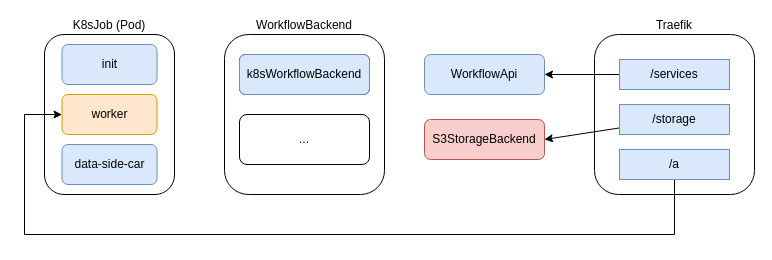
Above: page "workflow-api" (1 of 4) of docs/middlelayer-service-api.drawio in reisman234/workflow-api (draw.io), before the change. Source tidied: cells renumbered, new cells numbered last; positions are measured from the earlier drawing's top-left corner, leaving out a move shared by most shapes. Both pictures are drawn from the tidied source at 100%, with x=0, y=0 at pixel (24, 34).
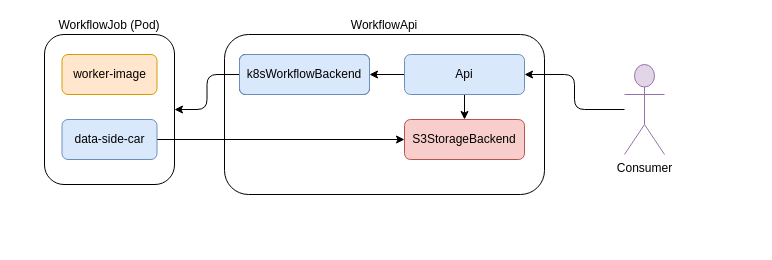
After the change.

The change refers to these unchanged cells:
```xml
<mxCell id="8" value="k8sWorkflowBackend" style="rounded=1;whiteSpace=wrap;html=1;fillColor=#dae8fc;strokeColor=#6c8ebf;" parent="1" vertex="1">
  <mxGeometry x="215" y="20" width="130" height="40" as="geometry" />
</mxCell>
```

Change to the diagram source:
```diff
@@
-<mxGraphModel>
+<mxGraphModel background="#FFFFFF">
@@
-    <mxCell id="2" value="WorkflowBackend" style="rounded=1;whiteSpace=wrap;html=1;labelPosition=center;verticalLabelPosition=top;align=center;verticalAlign=bottom;" parent="1" vertex="1">
-      <mxGeometry x="200" width="160" height="160" as="geometry" />
+    <mxCell id="2" value="WorkflowApi" style="rounded=1;whiteSpace=wrap;html=1;labelPosition=center;verticalLabelPosition=top;align=center;verticalAlign=bottom;" parent="1" vertex="1">
+      <mxGeometry x="200" width="320" height="160" as="geometry" />
     </mxCell>
@@
+    <mxCell id="19" style="edgeStyle=none;html=1;rounded=1;" parent="1" edge="1" source="4" target="8">
+      <mxGeometry relative="1" as="geometry" />
+    </mxCell>
+    <mxCell id="20" style="edgeStyle=orthogonalEdgeStyle;html=1;rounded=1;" parent="1" edge="1" source="4" target="5">
+      <mxGeometry relative="1" as="geometry" />
+    </mxCell>
-    <mxCell id="4" value="WorkflowApi" style="rounded=1;whiteSpace=wrap;html=1;fillColor=#dae8fc;strokeColor=#6c8ebf;" parent="1" vertex="1">
-      <mxGeometry x="400" y="20" width="120" height="40" as="geometry" />
+    <mxCell id="4" value="Api" style="rounded=1;whiteSpace=wrap;html=1;fillColor=#dae8fc;strokeColor=#6c8ebf;" parent="1" vertex="1">
+      <mxGeometry x="380" y="20" width="120" height="40" as="geometry" />
     </mxCell>
     <mxCell id="5" value="S3StorageBackend" style="rounded=1;whiteSpace=wrap;html=1;fillColor=#f8cecc;strokeColor=#b85450;" parent="1" vertex="1">
-      <mxGeometry x="400" y="85" width="120" height="40" as="geometry" />
+      <mxGeometry x="380" y="85" width="120" height="40" as="geometry" />
     </mxCell>
-    <mxCell id="6" value="..." style="rounded=1;whiteSpace=wrap;html=1;" parent="1" vertex="1">
-      <mxGeometry x="215" y="80" width="130" height="50" as="geometry" />
-    </mxCell>
-    <mxCell id="7" value="K8sJob (Pod)" style="rounded=1;whiteSpace=wrap;html=1;labelPosition=center;verticalLabelPosition=top;align=center;verticalAlign=bottom;" parent="1" vertex="1">
-      <mxGeometry x="20" width="130" height="160" as="geometry" />
+    <mxCell id="7" value="WorkflowJob (Pod)" style="rounded=1;whiteSpace=wrap;html=1;labelPosition=center;verticalLabelPosition=top;align=center;verticalAlign=bottom;" parent="1" vertex="1">
+      <mxGeometry x="20" width="130" height="150" as="geometry" />
     </mxCell>
+    <mxCell id="21" style="edgeStyle=orthogonalEdgeStyle;html=1;entryX=1;entryY=0.5;entryDx=0;entryDy=0;rounded=1;" parent="1" edge="1" source="8" target="7">
+      <mxGeometry relative="1" as="geometry" />
+    </mxCell>
@@
-    <mxCell id="9" value="worker" style="rounded=1;whiteSpace=wrap;html=1;fillColor=#ffe6cc;strokeColor=#d79b00;" parent="1" vertex="1">
-      <mxGeometry x="37.5" y="60" width="95" height="40" as="geometry" />
+    <mxCell id="9" value="worker-image" style="rounded=1;whiteSpace=wrap;html=1;fillColor=#ffe6cc;strokeColor=#d79b00;" parent="1" vertex="1">
+      <mxGeometry x="37.5" y="20" width="95" height="40" as="geometry" />
     </mxCell>
+    <mxCell id="22" style="edgeStyle=orthogonalEdgeStyle;html=1;entryX=0;entryY=0.5;entryDx=0;entryDy=0;rounded=1;" parent="1" edge="1" source="10" target="5">
+      <mxGeometry relative="1" as="geometry" />
+    </mxCell>
     <mxCell id="10" value="data-side-car" style="rounded=1;whiteSpace=wrap;html=1;fillColor=#dae8fc;strokeColor=#6c8ebf;" parent="1" vertex="1">
-      <mxGeometry x="37.5" y="110" width="95" height="40" as="geometry" />
+      <mxGeometry x="37.5" y="85" width="95" height="40" as="geometry" />
     </mxCell>
-    <mxCell id="11" value="init" style="rounded=1;whiteSpace=wrap;html=1;fillColor=#dae8fc;strokeColor=#6c8ebf;" parent="1" vertex="1">
-      <mxGeometry x="37.5" y="10" width="95" height="40" as="geometry" />
-    </mxCell>
-    <mxCell id="12" value="Traefik" style="rounded=1;whiteSpace=wrap;html=1;labelPosition=center;verticalLabelPosition=top;align=center;verticalAlign=bottom;" parent="1" vertex="1">
-      <mxGeometry x="570" width="160" height="160" as="geometry" />
-    </mxCell>
-    <mxCell id="13" style="edgeStyle=none;html=1;entryX=1;entryY=0.5;entryDx=0;entryDy=0;" parent="1" edge="1" source="14" target="4">
-      <mxGeometry relative="1" as="geometry" />
-    </mxCell>
-    <mxCell id="14" value="/services" style="rounded=0;whiteSpace=wrap;html=1;fillColor=#dae8fc;strokeColor=#6c8ebf;" parent="1" vertex="1">
-      <mxGeometry x="595" y="25" width="110" height="30" as="geometry" />
-    </mxCell>
-    <mxCell id="15" style="edgeStyle=none;html=1;entryX=1;entryY=0.5;entryDx=0;entryDy=0;" parent="1" edge="1" source="16" target="5">
-      <mxGeometry relative="1" as="geometry" />
-    </mxCell>
-    <mxCell id="16" value="/storage" style="rounded=0;whiteSpace=wrap;html=1;fillColor=#dae8fc;strokeColor=#6c8ebf;" parent="1" vertex="1">
-      <mxGeometry x="595" y="70" width="110" height="30" as="geometry" />
-    </mxCell>
-    <mxCell id="17" style="edgeStyle=none;html=1;entryX=0;entryY=0.5;entryDx=0;entryDy=0;rounded=0;" parent="1" edge="1" source="18" target="9">
-      <mxGeometry relative="1" as="geometry">
-        <Array as="points">
-          <mxPoint x="650" y="200" />
-          <mxPoint y="200" />
-          <mxPoint y="80" />
-        </Array>
-      </mxGeometry>
-    </mxCell>
-    <mxCell id="18" value="/a" style="rounded=0;whiteSpace=wrap;html=1;fillColor=#dae8fc;strokeColor=#6c8ebf;" parent="1" vertex="1">
-      <mxGeometry x="595" y="115" width="110" height="30" as="geometry" />
-    </mxCell>
+    <mxCell id="23" style="edgeStyle=orthogonalEdgeStyle;html=1;entryX=1;entryY=0.5;entryDx=0;entryDy=0;rounded=1;" parent="1" edge="1" source="24" target="4">
+      <mxGeometry relative="1" as="geometry" />
+    </mxCell>
+    <mxCell id="24" value="Consumer" style="shape=umlActor;verticalLabelPosition=bottom;verticalAlign=top;html=1;outlineConnect=0;fillColor=#e1d5e7;strokeColor=#9673a6;rounded=1;" parent="1" vertex="1">
+      <mxGeometry x="600" y="30" width="40" height="90" as="geometry" />
+    </mxCell>
```
